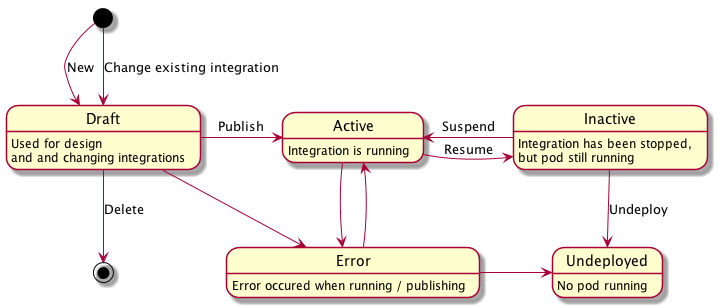
syndesisio/syndesis keeps this PlantUML diagram as proposals/images/integration-state.png. Above is the earlier version.
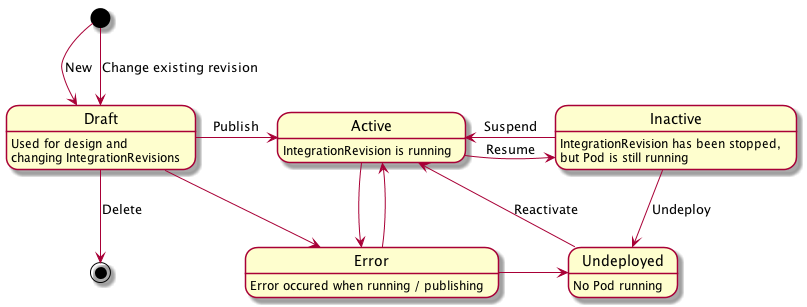
After the commit.

What changed in the source:
```diff
@@ -1,15 +1,15 @@
 @startuml
 
 [*] --> Draft : New
-[*] --> Draft : Change existing integration
+[*] --> Draft : Change existing revision
 Draft --> [*] : Delete
 Draft -right-> Active : Publish
-Draft: Used for design\nand and changing integrations
+Draft: Used for design and\nchanging IntegrationRevisions
 
 Active -right-> Inactive : Resume
-Active: Integration is running
+Active: IntegrationRevision is running
 Inactive -left-> Active : Suspend
-Inactive: Integration has been stopped,\nbut pod still running
+Inactive: IntegrationRevision has been stopped,\nbut Pod is still running
 Inactive --> Undeployed : Undeploy
 
 Active --> Error
@@ -18,5 +18,6 @@
 Error -right-> Undeployed
 Draft --> Error
 
-Undeployed: No pod running
+Undeployed --> Active : Reactivate
+Undeployed: No Pod running
 @enduml
```
